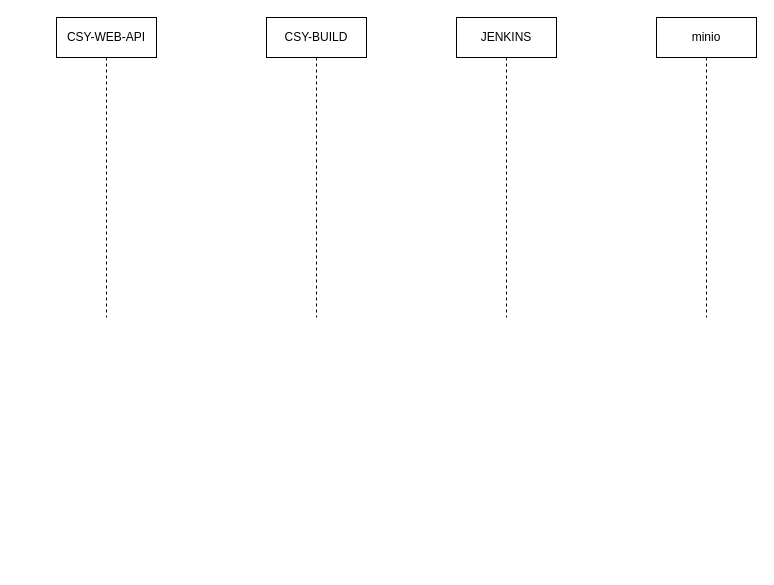
Earlier version of the draw.io diagram big-data/DEVOPS-Flow.drawio (zhouyinyan/drawio). Source tidied: cells renumbered, new cells numbered last; positions are measured from the earlier drawing's top-left corner, leaving out a move shared by most shapes. Both pictures are drawn from the tidied source at 100%, with x=0, y=0 at pixel (56, 17).
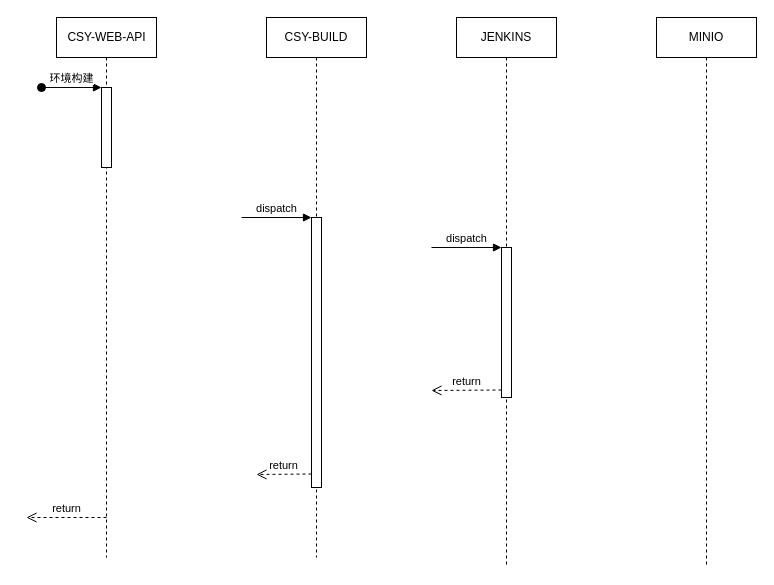
The same page after the edit.

Change to the diagram source:
```diff
@@
 <mxGraphModel>
   <root>
     <mxCell id="0" />
     <mxCell id="1" parent="0" />
-    <mxCell id="2" value="CSY-WEB-API" style="shape=umlLifeline;perimeter=lifelinePerimeter;whiteSpace=wrap;html=1;" parent="1" vertex="1">
-      <mxGeometry width="100" height="300" as="geometry" />
+    <mxCell id="2" value="CSY-WEB-API" style="html=1;perimeter=orthogonalPerimeter;shape=umlLifeline;participant=label;fontFamily=Helvetica;fontSize=12;fontColor=#000000;align=center;strokeColor=#000000;fillColor=#ffffff;" parent="1" vertex="1">
+      <mxGeometry width="100" height="540" as="geometry" />
     </mxCell>
+    <mxCell id="6" style="html=1;points=[];perimeter=orthogonalPerimeter;" parent="2" vertex="1">
+      <mxGeometry x="45" y="70" width="10" height="80" as="geometry" />
+    </mxCell>
+    <mxCell id="7" value="环境构建" style="html=1;verticalAlign=bottom;startArrow=oval;endArrow=block;startSize=8;" parent="2" edge="1" target="6">
+      <mxGeometry relative="1" as="geometry">
+        <mxPoint x="-15" y="70" as="sourcePoint" />
+      </mxGeometry>
+    </mxCell>
     <mxCell id="3" value="CSY-BUILD" style="shape=umlLifeline;perimeter=lifelinePerimeter;whiteSpace=wrap;html=1;" parent="1" vertex="1">
-      <mxGeometry x="210" width="100" height="300" as="geometry" />
+      <mxGeometry x="210" width="100" height="540" as="geometry" />
     </mxCell>
+    <mxCell id="8" style="html=1;points=[];perimeter=orthogonalPerimeter;" parent="3" vertex="1">
+      <mxGeometry x="45" y="200" width="10" height="270" as="geometry" />
+    </mxCell>
+    <mxCell id="9" value="dispatch" style="html=1;verticalAlign=bottom;endArrow=block;entryX=0;entryY=0;" parent="3" edge="1" target="8">
+      <mxGeometry relative="1" as="geometry">
+        <mxPoint x="-25" y="200" as="sourcePoint" />
+      </mxGeometry>
+    </mxCell>
+    <mxCell id="10" value="return" style="html=1;verticalAlign=bottom;endArrow=open;dashed=1;endSize=8;exitX=0;exitY=0.95;" parent="3" edge="1" source="8">
+      <mxGeometry relative="1" as="geometry">
+        <mxPoint x="-10" y="457" as="targetPoint" />
+      </mxGeometry>
+    </mxCell>
     <mxCell id="4" value="JENKINS" style="shape=umlLifeline;perimeter=lifelinePerimeter;whiteSpace=wrap;html=1;" parent="1" vertex="1">
-      <mxGeometry x="400" width="100" height="300" as="geometry" />
+      <mxGeometry x="400" width="100" height="550" as="geometry" />
     </mxCell>
+    <mxCell id="11" style="html=1;points=[];perimeter=orthogonalPerimeter;" parent="4" vertex="1">
+      <mxGeometry x="45" y="230" width="10" height="150" as="geometry" />
+    </mxCell>
+    <mxCell id="12" value="dispatch" style="html=1;verticalAlign=bottom;endArrow=block;entryX=0;entryY=0;" parent="4" edge="1" target="11">
+      <mxGeometry relative="1" as="geometry">
+        <mxPoint x="-25" y="230" as="sourcePoint" />
+      </mxGeometry>
+    </mxCell>
+    <mxCell id="13" value="return" style="html=1;verticalAlign=bottom;endArrow=open;dashed=1;endSize=8;exitX=0;exitY=0.95;" parent="4" edge="1" source="11">
+      <mxGeometry relative="1" as="geometry">
+        <mxPoint x="-25" y="373" as="targetPoint" />
+      </mxGeometry>
+    </mxCell>
-    <mxCell id="5" value="minio" style="shape=umlLifeline;perimeter=lifelinePerimeter;whiteSpace=wrap;html=1;" parent="1" vertex="1">
-      <mxGeometry x="600" width="100" height="300" as="geometry" />
+    <mxCell id="5" value="MINIO" style="shape=umlLifeline;perimeter=lifelinePerimeter;whiteSpace=wrap;html=1;" parent="1" vertex="1">
+      <mxGeometry x="600" width="100" height="550" as="geometry" />
     </mxCell>
+    <mxCell id="14" value="return" style="html=1;verticalAlign=bottom;endArrow=open;dashed=1;endSize=8;" parent="1" edge="1">
+      <mxGeometry relative="1" as="geometry">
+        <mxPoint x="50" y="500" as="sourcePoint" />
+        <mxPoint x="-30" y="500" as="targetPoint" />
+      </mxGeometry>
+    </mxCell>
   </root>
 </mxGraphModel>
```
